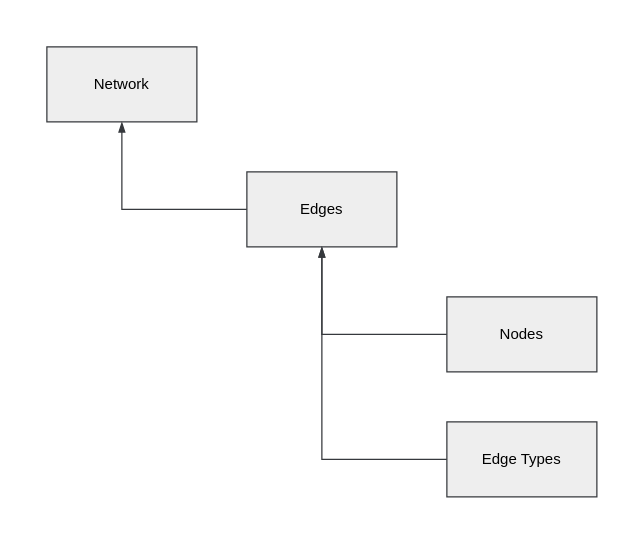
The draw.io diagram page "Generic Product Specification - Object Model" (1 of 8) of app/docs/data_model.drawio in davidwilliamriley/tracer-dash, before the edit. Source tidied: cells renumbered, new cells numbered last; positions are measured from the earlier drawing's top-left corner, leaving out a move shared by most shapes. Both pictures are drawn from the tidied source at 125%, with x=0, y=0 at pixel (46, 46).
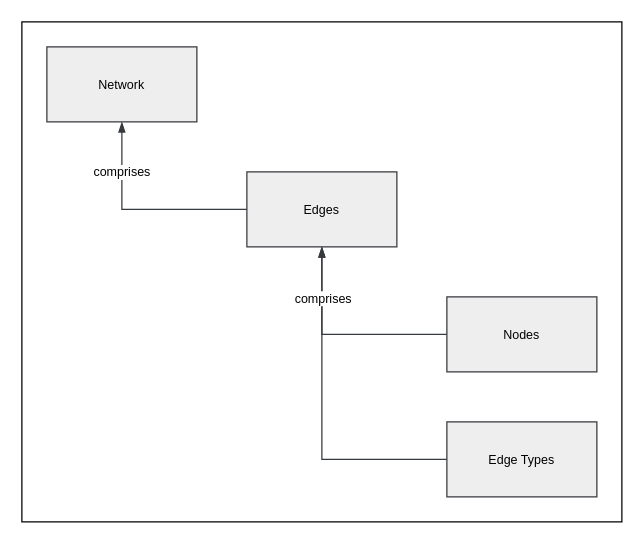
The same page after the edit.

Diff of the diagram source:
```diff
@@
 <mxGraphModel>
   <root>
     <mxCell id="0" />
     <mxCell id="1" parent="0" />
+    <mxCell id="9" style="rounded=0;whiteSpace=wrap;html=1;fillColor=none;fontSize=10;" parent="1" vertex="1">
+      <mxGeometry x="-20" y="-20" width="480" height="400" as="geometry" />
+    </mxCell>
-    <mxCell id="2" value="Network" style="rounded=0;whiteSpace=wrap;html=1;fillColor=#eeeeee;strokeColor=#36393d;" parent="1" vertex="1">
+    <mxCell id="2" value="Network" style="rounded=0;whiteSpace=wrap;html=1;fillColor=#eeeeee;strokeColor=#36393d;fontSize=10;" parent="1" vertex="1">
       <mxGeometry width="120" height="60" as="geometry" />
     </mxCell>
-    <mxCell id="3" style="edgeStyle=none;html=1;exitX=0;exitY=0.5;exitDx=0;exitDy=0;entryX=0.5;entryY=1;entryDx=0;entryDy=0;endArrow=blockThin;endFill=1;fillColor=#eeeeee;strokeColor=#36393d;rounded=0;curved=0;" parent="1" edge="1" source="4" target="2">
-      <mxGeometry relative="1" as="geometry">
+    <mxCell id="3" value="&amp;nbsp;comprises&amp;nbsp;" style="edgeStyle=none;html=1;exitX=0;exitY=0.5;exitDx=0;exitDy=0;entryX=0.5;entryY=1;entryDx=0;entryDy=0;endArrow=blockThin;endFill=1;fillColor=#eeeeee;strokeColor=#36393d;rounded=0;curved=0;fontSize=10;" parent="1" edge="1" source="4" target="2">
+      <mxGeometry x="0.53" relative="1" as="geometry">
         <Array as="points">
           <mxPoint x="60" y="130" />
         </Array>
       </mxGeometry>
     </mxCell>
-    <mxCell id="4" value="Edges" style="rounded=0;whiteSpace=wrap;html=1;fillColor=#eeeeee;strokeColor=#36393d;" parent="1" vertex="1">
+    <mxCell id="4" value="Edges" style="rounded=0;whiteSpace=wrap;html=1;fillColor=#eeeeee;strokeColor=#36393d;fontSize=10;" parent="1" vertex="1">
       <mxGeometry x="160" y="100" width="120" height="60" as="geometry" />
     </mxCell>
-    <mxCell id="5" style="edgeStyle=none;html=1;exitX=0;exitY=0.5;exitDx=0;exitDy=0;entryX=0.5;entryY=1;entryDx=0;entryDy=0;endArrow=blockThin;endFill=1;fillColor=#eeeeee;strokeColor=#36393d;rounded=0;curved=0;" parent="1" edge="1" source="6" target="4">
+    <mxCell id="5" style="edgeStyle=none;html=1;exitX=0;exitY=0.5;exitDx=0;exitDy=0;entryX=0.5;entryY=1;entryDx=0;entryDy=0;endArrow=blockThin;endFill=1;fillColor=#eeeeee;strokeColor=#36393d;rounded=0;curved=0;fontSize=10;" parent="1" edge="1" source="6" target="4">
       <mxGeometry relative="1" as="geometry">
         <Array as="points">
           <mxPoint x="220" y="230" />
         </Array>
       </mxGeometry>
     </mxCell>
-    <mxCell id="6" value="Nodes" style="rounded=0;whiteSpace=wrap;html=1;fillColor=#eeeeee;strokeColor=#36393d;" parent="1" vertex="1">
+    <mxCell id="6" value="Nodes" style="rounded=0;whiteSpace=wrap;html=1;fillColor=#eeeeee;strokeColor=#36393d;fontSize=10;" parent="1" vertex="1">
       <mxGeometry x="320" y="200" width="120" height="60" as="geometry" />
     </mxCell>
-    <mxCell id="7" style="edgeStyle=none;html=1;exitX=0;exitY=0.5;exitDx=0;exitDy=0;endArrow=blockThin;endFill=1;fillColor=#eeeeee;strokeColor=#36393d;rounded=0;curved=0;entryX=0.5;entryY=1;entryDx=0;entryDy=0;" parent="1" edge="1" source="8" target="4">
+    <mxCell id="7" style="edgeStyle=none;html=1;exitX=0;exitY=0.5;exitDx=0;exitDy=0;endArrow=blockThin;endFill=1;fillColor=#eeeeee;strokeColor=#36393d;rounded=0;curved=0;entryX=0.5;entryY=1;entryDx=0;entryDy=0;fontSize=10;" parent="1" edge="1" source="8" target="4">
       <mxGeometry relative="1" as="geometry">
         <Array as="points">
           <mxPoint x="220" y="330" />
         </Array>
       </mxGeometry>
     </mxCell>
+    <mxCell id="10" value="&amp;nbsp;comprises&amp;nbsp;" style="edgeLabel;html=1;align=center;verticalAlign=middle;fontSize=10;" parent="7" vertex="1">
+      <mxGeometry x="0.7" relative="1" as="geometry" />
+    </mxCell>
-    <mxCell id="8" value="Edge Types" style="rounded=0;whiteSpace=wrap;html=1;fillColor=#eeeeee;strokeColor=#36393d;" parent="1" vertex="1">
+    <mxCell id="8" value="Edge Types" style="rounded=0;whiteSpace=wrap;html=1;fillColor=#eeeeee;strokeColor=#36393d;fontSize=10;" parent="1" vertex="1">
       <mxGeometry x="320" y="300" width="120" height="60" as="geometry" />
     </mxCell>
   </root>
 </mxGraphModel>
```
